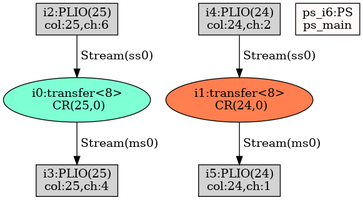
lxy-littlechai/SVD keeps this Graphviz diagram as Jacobi_AIE/Work/reports/TopGraph_mapped_post.png. Above is the earlier version. Its source is kept beside it as Jacobi_AIE/Work/temp/TopGraph_mapped_post.dot.
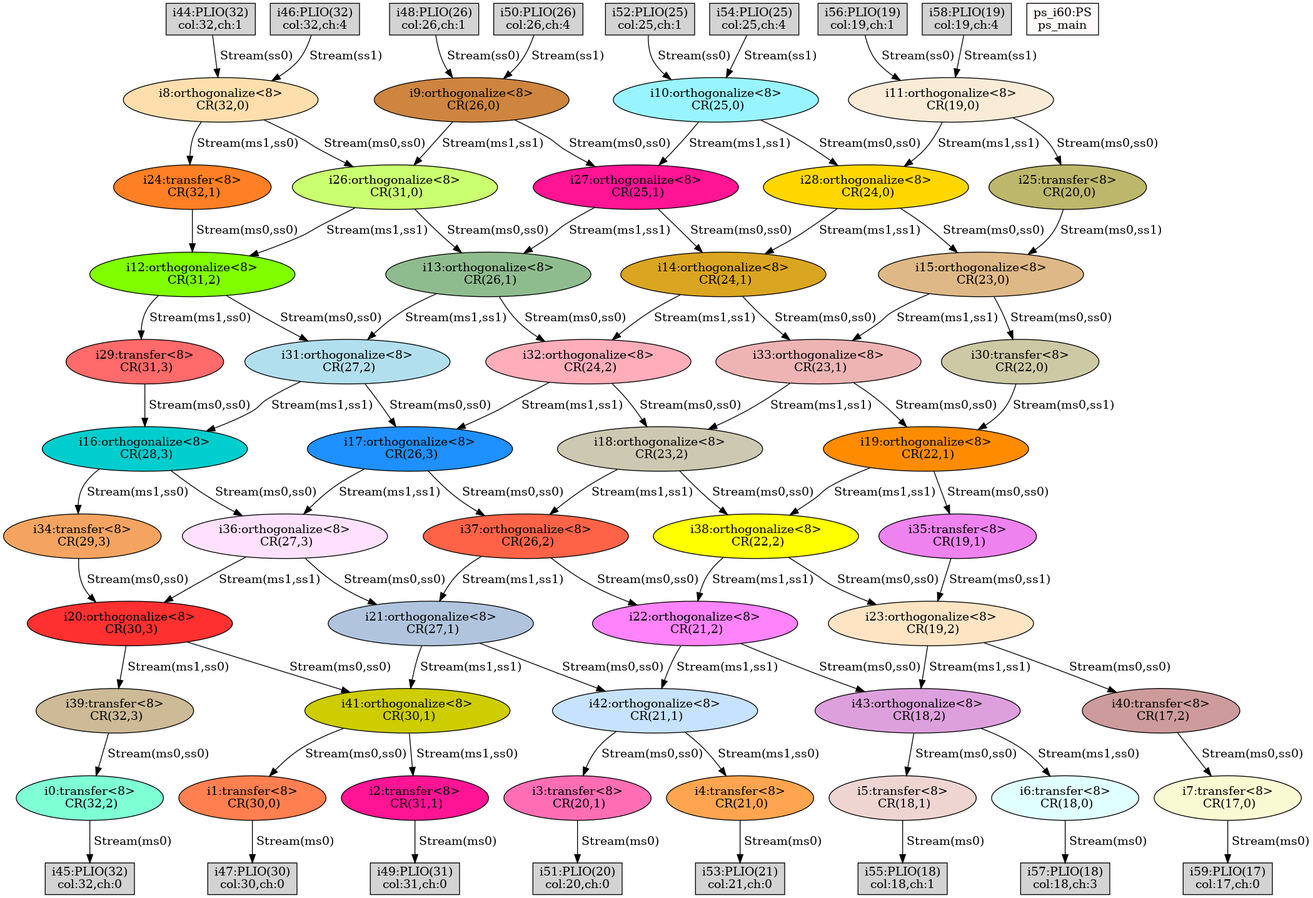
After the change.

Change to the diagram source:
```diff
@@ -1,14 +1,144 @@
 digraph G {
-"i0:transfer<8>\n CR(25,0)"[style=filled, fillcolor=aquamarine];
-"i1:transfer<8>\n CR(24,0)"[style=filled, fillcolor=coral];
-"i2:PLIO(25)\ncol:25,ch:6"[shape=box, style=filled, fillcolor=lightgrey];
-"i3:PLIO(25)\ncol:25,ch:4"[shape=box, style=filled, fillcolor=lightgrey];
-"i4:PLIO(24)\ncol:24,ch:2"[shape=box, style=filled, fillcolor=lightgrey];
-"i5:PLIO(24)\ncol:24,ch:1"[shape=box, style=filled, fillcolor=lightgrey];
-"ps_i6:PS\nps_main"[shape=box, style=filled, fillcolor=snow];
-"i2:PLIO(25)\ncol:25,ch:6" -> "i0:transfer<8>\n CR(25,0)"[label=" Stream(ss0)"];
-"i0:transfer<8>\n CR(25,0)" -> "i3:PLIO(25)\ncol:25,ch:4"[label=" Stream(ms0)"];
-"i4:PLIO(24)\ncol:24,ch:2" -> "i1:transfer<8>\n CR(24,0)"[label=" Stream(ss0)"];
-"i1:transfer<8>\n CR(24,0)" -> "i5:PLIO(24)\ncol:24,ch:1"[label=" Stream(ms0)"];
+"i0:transfer<8>\n CR(32,2)"[style=filled, fillcolor=aquamarine];
+"i1:transfer<8>\n CR(30,0)"[style=filled, fillcolor=coral];
+"i10:orthogonalize<8>\n CR(25,0)"[style=filled, fillcolor=cadetblue1];
+"i11:orthogonalize<8>\n CR(19,0)"[style=filled, fillcolor=antiquewhite];
+"i12:orthogonalize<8>\n CR(31,2)"[style=filled, fillcolor=chartreuse];
+"i13:orthogonalize<8>\n CR(26,1)"[style=filled, fillcolor=darkseagreen];
+"i14:orthogonalize<8>\n CR(24,1)"[style=filled, fillcolor=goldenrod];
+"i15:orthogonalize<8>\n CR(23,0)"[style=filled, fillcolor=burlywood];
+"i16:orthogonalize<8>\n CR(28,3)"[style=filled, fillcolor=cyan3];
+"i17:orthogonalize<8>\n CR(26,3)"[style=filled, fillcolor=dodgerblue];
+"i18:orthogonalize<8>\n CR(23,2)"[style=filled, fillcolor=cornsilk3];
+"i19:orthogonalize<8>\n CR(22,1)"[style=filled, fillcolor=darkorange];
+"i2:transfer<8>\n CR(31,1)"[style=filled, fillcolor=deeppink];
+"i20:orthogonalize<8>\n CR(30,3)"[style=filled, fillcolor=firebrick1];
+"i21:orthogonalize<8>\n CR(27,1)"[style=filled, fillcolor=lightsteelblue];
+"i22:orthogonalize<8>\n CR(21,2)"[style=filled, fillcolor=orchid1];
+"i23:orthogonalize<8>\n CR(19,2)"[style=filled, fillcolor=bisque];
+"i24:transfer<8>\n CR(32,1)"[style=filled, fillcolor=chocolate1];
+"i25:transfer<8>\n CR(20,0)"[style=filled, fillcolor=darkkhaki];
+"i26:orthogonalize<8>\n CR(31,0)"[style=filled, fillcolor=darkolivegreen1];
+"i27:orthogonalize<8>\n CR(25,1)"[style=filled, fillcolor=deeppink];
+"i28:orthogonalize<8>\n CR(24,0)"[style=filled, fillcolor=gold];
+"i29:transfer<8>\n CR(31,3)"[style=filled, fillcolor=indianred1];
+"i3:transfer<8>\n CR(20,1)"[style=filled, fillcolor=hotpink1];
+"i30:transfer<8>\n CR(22,0)"[style=filled, fillcolor=lemonchiffon3];
+"i31:orthogonalize<8>\n CR(27,2)"[style=filled, fillcolor=lightblue2];
+"i32:orthogonalize<8>\n CR(24,2)"[style=filled, fillcolor=lightpink1];
+"i33:orthogonalize<8>\n CR(23,1)"[style=filled, fillcolor=rosybrown2];
+"i34:transfer<8>\n CR(29,3)"[style=filled, fillcolor=sandybrown];
+"i35:transfer<8>\n CR(19,1)"[style=filled, fillcolor=violet];
+"i36:orthogonalize<8>\n CR(27,3)"[style=filled, fillcolor=thistle1];
+"i37:orthogonalize<8>\n CR(26,2)"[style=filled, fillcolor=tomato];
+"i38:orthogonalize<8>\n CR(22,2)"[style=filled, fillcolor=yellow];
+"i39:transfer<8>\n CR(32,3)"[style=filled, fillcolor=wheat3];
+"i4:transfer<8>\n CR(21,0)"[style=filled, fillcolor=tan1];
+"i40:transfer<8>\n CR(17,2)"[style=filled, fillcolor=rosybrown3];
+"i41:orthogonalize<8>\n CR(30,1)"[style=filled, fillcolor=yellow3];
+"i42:orthogonalize<8>\n CR(21,1)"[style=filled, fillcolor=slategray1];
+"i43:orthogonalize<8>\n CR(18,2)"[style=filled, fillcolor=plum];
+"i44:PLIO(32)\ncol:32,ch:1"[shape=box, style=filled, fillcolor=lightgrey];
+"i45:PLIO(32)\ncol:32,ch:0"[shape=box, style=filled, fillcolor=lightgrey];
+"i46:PLIO(32)\ncol:32,ch:4"[shape=box, style=filled, fillcolor=lightgrey];
+"i47:PLIO(30)\ncol:30,ch:0"[shape=box, style=filled, fillcolor=lightgrey];
+"i48:PLIO(26)\ncol:26,ch:1"[shape=box, style=filled, fillcolor=lightgrey];
+"i49:PLIO(31)\ncol:31,ch:0"[shape=box, style=filled, fillcolor=lightgrey];
+"i5:transfer<8>\n CR(18,1)"[style=filled, fillcolor=mistyrose2];
+"i50:PLIO(26)\ncol:26,ch:4"[shape=box, style=filled, fillcolor=lightgrey];
+"i51:PLIO(20)\ncol:20,ch:0"[shape=box, style=filled, fillcolor=lightgrey];
+"i52:PLIO(25)\ncol:25,ch:1"[shape=box, style=filled, fillcolor=lightgrey];
+"i53:PLIO(21)\ncol:21,ch:0"[shape=box, style=filled, fillcolor=lightgrey];
+"i54:PLIO(25)\ncol:25,ch:4"[shape=box, style=filled, fillcolor=lightgrey];
+"i55:PLIO(18)\ncol:18,ch:1"[shape=box, style=filled, fillcolor=lightgrey];
+"i56:PLIO(19)\ncol:19,ch:1"[shape=box, style=filled, fillcolor=lightgrey];
+"i57:PLIO(18)\ncol:18,ch:3"[shape=box, style=filled, fillcolor=lightgrey];
+"i58:PLIO(19)\ncol:19,ch:4"[shape=box, style=filled, fillcolor=lightgrey];
+"i59:PLIO(17)\ncol:17,ch:0"[shape=box, style=filled, fillcolor=lightgrey];
+"i6:transfer<8>\n CR(18,0)"[style=filled, fillcolor=lightcyan];
+"i7:transfer<8>\n CR(17,0)"[style=filled, fillcolor=lightgoldenrodyellow];
+"i8:orthogonalize<8>\n CR(32,0)"[style=filled, fillcolor=navajowhite1];
+"i9:orthogonalize<8>\n CR(26,0)"[style=filled, fillcolor=peru];
+"ps_i60:PS\nps_main"[shape=box, style=filled, fillcolor=snow];
+"i39:transfer<8>\n CR(32,3)" -> "i0:transfer<8>\n CR(32,2)"[label=" Stream(ms0,ss0)"];
+"i0:transfer<8>\n CR(32,2)" -> "i45:PLIO(32)\ncol:32,ch:0"[label=" Stream(ms0)"];
+"i41:orthogonalize<8>\n CR(30,1)" -> "i1:transfer<8>\n CR(30,0)"[label=" Stream(ms0,ss0)"];
+"i1:transfer<8>\n CR(30,0)" -> "i47:PLIO(30)\ncol:30,ch:0"[label=" Stream(ms0)"];
+"i41:orthogonalize<8>\n CR(30,1)" -> "i2:transfer<8>\n CR(31,1)"[label=" Stream(ms1,ss0)"];
+"i2:transfer<8>\n CR(31,1)" -> "i49:PLIO(31)\ncol:31,ch:0"[label=" Stream(ms0)"];
+"i42:orthogonalize<8>\n CR(21,1)" -> "i3:transfer<8>\n CR(20,1)"[label=" Stream(ms0,ss0)"];
+"i3:transfer<8>\n CR(20,1)" -> "i51:PLIO(20)\ncol:20,ch:0"[label=" Stream(ms0)"];
+"i42:orthogonalize<8>\n CR(21,1)" -> "i4:transfer<8>\n CR(21,0)"[label=" Stream(ms1,ss0)"];
+"i4:transfer<8>\n CR(21,0)" -> "i53:PLIO(21)\ncol:21,ch:0"[label=" Stream(ms0)"];
+"i43:orthogonalize<8>\n CR(18,2)" -> "i5:transfer<8>\n CR(18,1)"[label=" Stream(ms0,ss0)"];
+"i5:transfer<8>\n CR(18,1)" -> "i55:PLIO(18)\ncol:18,ch:1"[label=" Stream(ms0)"];
+"i43:orthogonalize<8>\n CR(18,2)" -> "i6:transfer<8>\n CR(18,0)"[label=" Stream(ms1,ss0)"];
+"i6:transfer<8>\n CR(18,0)" -> "i57:PLIO(18)\ncol:18,ch:3"[label=" Stream(ms0)"];
+"i40:transfer<8>\n CR(17,2)" -> "i7:transfer<8>\n CR(17,0)"[label=" Stream(ms0,ss0)"];
+"i7:transfer<8>\n CR(17,0)" -> "i59:PLIO(17)\ncol:17,ch:0"[label=" Stream(ms0)"];
+"i44:PLIO(32)\ncol:32,ch:1" -> "i8:orthogonalize<8>\n CR(32,0)"[label=" Stream(ss0)"];
+"i46:PLIO(32)\ncol:32,ch:4" -> "i8:orthogonalize<8>\n CR(32,0)"[label=" Stream(ss1)"];
+"i8:orthogonalize<8>\n CR(32,0)" -> "i26:orthogonalize<8>\n CR(31,0)"[label=" Stream(ms0,ss0)"];
+"i8:orthogonalize<8>\n CR(32,0)" -> "i24:transfer<8>\n CR(32,1)"[label=" Stream(ms1,ss0)"];
+"i48:PLIO(26)\ncol:26,ch:1" -> "i9:orthogonalize<8>\n CR(26,0)"[label=" Stream(ss0)"];
+"i50:PLIO(26)\ncol:26,ch:4" -> "i9:orthogonalize<8>\n CR(26,0)"[label=" Stream(ss1)"];
+"i9:orthogonalize<8>\n CR(26,0)" -> "i27:orthogonalize<8>\n CR(25,1)"[label=" Stream(ms0,ss0)"];
+"i9:orthogonalize<8>\n CR(26,0)" -> "i26:orthogonalize<8>\n CR(31,0)"[label=" Stream(ms1,ss1)"];
+"i52:PLIO(25)\ncol:25,ch:1" -> "i10:orthogonalize<8>\n CR(25,0)"[label=" Stream(ss0)"];
+"i54:PLIO(25)\ncol:25,ch:4" -> "i10:orthogonalize<8>\n CR(25,0)"[label=" Stream(ss1)"];
+"i10:orthogonalize<8>\n CR(25,0)" -> "i28:orthogonalize<8>\n CR(24,0)"[label=" Stream(ms0,ss0)"];
+"i10:orthogonalize<8>\n CR(25,0)" -> "i27:orthogonalize<8>\n CR(25,1)"[label=" Stream(ms1,ss1)"];
+"i56:PLIO(19)\ncol:19,ch:1" -> "i11:orthogonalize<8>\n CR(19,0)"[label=" Stream(ss0)"];
+"i58:PLIO(19)\ncol:19,ch:4" -> "i11:orthogonalize<8>\n CR(19,0)"[label=" Stream(ss1)"];
+"i11:orthogonalize<8>\n CR(19,0)" -> "i25:transfer<8>\n CR(20,0)"[label=" Stream(ms0,ss0)"];
+"i11:orthogonalize<8>\n CR(19,0)" -> "i28:orthogonalize<8>\n CR(24,0)"[label=" Stream(ms1,ss1)"];
+"i24:transfer<8>\n CR(32,1)" -> "i12:orthogonalize<8>\n CR(31,2)"[label=" Stream(ms0,ss0)"];
+"i26:orthogonalize<8>\n CR(31,0)" -> "i12:orthogonalize<8>\n CR(31,2)"[label=" Stream(ms1,ss1)"];
+"i12:orthogonalize<8>\n CR(31,2)" -> "i31:orthogonalize<8>\n CR(27,2)"[label=" Stream(ms0,ss0)"];
+"i12:orthogonalize<8>\n CR(31,2)" -> "i29:transfer<8>\n CR(31,3)"[label=" Stream(ms1,ss0)"];
+"i26:orthogonalize<8>\n CR(31,0)" -> "i13:orthogonalize<8>\n CR(26,1)"[label=" Stream(ms0,ss0)"];
+"i27:orthogonalize<8>\n CR(25,1)" -> "i13:orthogonalize<8>\n CR(26,1)"[label=" Stream(ms1,ss1)"];
+"i13:orthogonalize<8>\n CR(26,1)" -> "i32:orthogonalize<8>\n CR(24,2)"[label=" Stream(ms0,ss0)"];
+"i13:orthogonalize<8>\n CR(26,1)" -> "i31:orthogonalize<8>\n CR(27,2)"[label=" Stream(ms1,ss1)"];
+"i27:orthogonalize<8>\n CR(25,1)" -> "i14:orthogonalize<8>\n CR(24,1)"[label=" Stream(ms0,ss0)"];
+"i28:orthogonalize<8>\n CR(24,0)" -> "i14:orthogonalize<8>\n CR(24,1)"[label=" Stream(ms1,ss1)"];
+"i14:orthogonalize<8>\n CR(24,1)" -> "i33:orthogonalize<8>\n CR(23,1)"[label=" Stream(ms0,ss0)"];
+"i14:orthogonalize<8>\n CR(24,1)" -> "i32:orthogonalize<8>\n CR(24,2)"[label=" Stream(ms1,ss1)"];
+"i28:orthogonalize<8>\n CR(24,0)" -> "i15:orthogonalize<8>\n CR(23,0)"[label=" Stream(ms0,ss0)"];
+"i25:transfer<8>\n CR(20,0)" -> "i15:orthogonalize<8>\n CR(23,0)"[label=" Stream(ms0,ss1)"];
+"i15:orthogonalize<8>\n CR(23,0)" -> "i30:transfer<8>\n CR(22,0)"[label=" Stream(ms0,ss0)"];
+"i15:orthogonalize<8>\n CR(23,0)" -> "i33:orthogonalize<8>\n CR(23,1)"[label=" Stream(ms1,ss1)"];
+"i29:transfer<8>\n CR(31,3)" -> "i16:orthogonalize<8>\n CR(28,3)"[label=" Stream(ms0,ss0)"];
+"i31:orthogonalize<8>\n CR(27,2)" -> "i16:orthogonalize<8>\n CR(28,3)"[label=" Stream(ms1,ss1)"];
+"i16:orthogonalize<8>\n CR(28,3)" -> "i36:orthogonalize<8>\n CR(27,3)"[label=" Stream(ms0,ss0)"];
+"i16:orthogonalize<8>\n CR(28,3)" -> "i34:transfer<8>\n CR(29,3)"[label=" Stream(ms1,ss0)"];
+"i31:orthogonalize<8>\n CR(27,2)" -> "i17:orthogonalize<8>\n CR(26,3)"[label=" Stream(ms0,ss0)"];
+"i32:orthogonalize<8>\n CR(24,2)" -> "i17:orthogonalize<8>\n CR(26,3)"[label=" Stream(ms1,ss1)"];
+"i17:orthogonalize<8>\n CR(26,3)" -> "i37:orthogonalize<8>\n CR(26,2)"[label=" Stream(ms0,ss0)"];
+"i17:orthogonalize<8>\n CR(26,3)" -> "i36:orthogonalize<8>\n CR(27,3)"[label=" Stream(ms1,ss1)"];
+"i32:orthogonalize<8>\n CR(24,2)" -> "i18:orthogonalize<8>\n CR(23,2)"[label=" Stream(ms0,ss0)"];
+"i33:orthogonalize<8>\n CR(23,1)" -> "i18:orthogonalize<8>\n CR(23,2)"[label=" Stream(ms1,ss1)"];
+"i18:orthogonalize<8>\n CR(23,2)" -> "i38:orthogonalize<8>\n CR(22,2)"[label=" Stream(ms0,ss0)"];
+"i18:orthogonalize<8>\n CR(23,2)" -> "i37:orthogonalize<8>\n CR(26,2)"[label=" Stream(ms1,ss1)"];
+"i33:orthogonalize<8>\n CR(23,1)" -> "i19:orthogonalize<8>\n CR(22,1)"[label=" Stream(ms0,ss0)"];
+"i30:transfer<8>\n CR(22,0)" -> "i19:orthogonalize<8>\n CR(22,1)"[label=" Stream(ms0,ss1)"];
+"i19:orthogonalize<8>\n CR(22,1)" -> "i35:transfer<8>\n CR(19,1)"[label=" Stream(ms0,ss0)"];
+"i19:orthogonalize<8>\n CR(22,1)" -> "i38:orthogonalize<8>\n CR(22,2)"[label=" Stream(ms1,ss1)"];
+"i34:transfer<8>\n CR(29,3)" -> "i20:orthogonalize<8>\n CR(30,3)"[label=" Stream(ms0,ss0)"];
+"i36:orthogonalize<8>\n CR(27,3)" -> "i20:orthogonalize<8>\n CR(30,3)"[label=" Stream(ms1,ss1)"];
+"i20:orthogonalize<8>\n CR(30,3)" -> "i41:orthogonalize<8>\n CR(30,1)"[label=" Stream(ms0,ss0)"];
+"i20:orthogonalize<8>\n CR(30,3)" -> "i39:transfer<8>\n CR(32,3)"[label=" Stream(ms1,ss0)"];
+"i36:orthogonalize<8>\n CR(27,3)" -> "i21:orthogonalize<8>\n CR(27,1)"[label=" Stream(ms0,ss0)"];
+"i37:orthogonalize<8>\n CR(26,2)" -> "i21:orthogonalize<8>\n CR(27,1)"[label=" Stream(ms1,ss1)"];
+"i21:orthogonalize<8>\n CR(27,1)" -> "i42:orthogonalize<8>\n CR(21,1)"[label=" Stream(ms0,ss0)"];
+"i21:orthogonalize<8>\n CR(27,1)" -> "i41:orthogonalize<8>\n CR(30,1)"[label=" Stream(ms1,ss1)"];
+"i37:orthogonalize<8>\n CR(26,2)" -> "i22:orthogonalize<8>\n CR(21,2)"[label=" Stream(ms0,ss0)"];
+"i38:orthogonalize<8>\n CR(22,2)" -> "i22:orthogonalize<8>\n CR(21,2)"[label=" Stream(ms1,ss1)"];
+"i22:orthogonalize<8>\n CR(21,2)" -> "i43:orthogonalize<8>\n CR(18,2)"[label=" Stream(ms0,ss0)"];
+"i22:orthogonalize<8>\n CR(21,2)" -> "i42:orthogonalize<8>\n CR(21,1)"[label=" Stream(ms1,ss1)"];
+"i38:orthogonalize<8>\n CR(22,2)" -> "i23:orthogonalize<8>\n CR(19,2)"[label=" Stream(ms0,ss0)"];
+"i35:transfer<8>\n CR(19,1)" -> "i23:orthogonalize<8>\n CR(19,2)"[label=" Stream(ms0,ss1)"];
+"i23:orthogonalize<8>\n CR(19,2)" -> "i40:transfer<8>\n CR(17,2)"[label=" Stream(ms0,ss0)"];
+"i23:orthogonalize<8>\n CR(19,2)" -> "i43:orthogonalize<8>\n CR(18,2)"[label=" Stream(ms1,ss1)"];
 
  }
```
